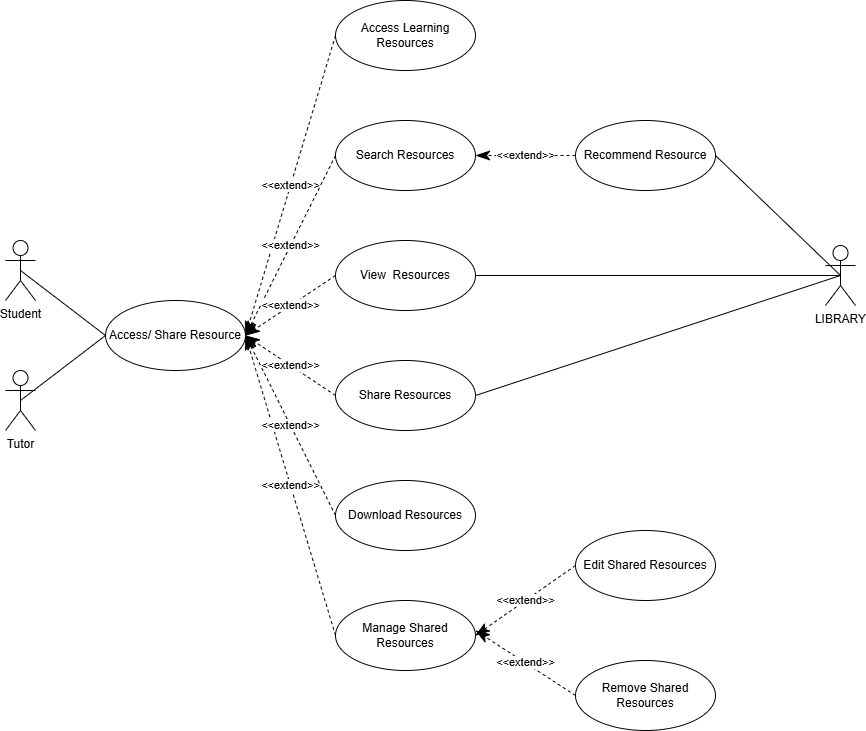
The draw.io diagram docs/usecases/detailed/access&share_resources.drawio.png in lamtranhuynhha/tutor-support-system, before a commit. Source tidied: cells renumbered, new cells last; positions are measured from the earlier drawing's top-left corner, leaving out a move shared by most shapes. The source it was exported from:
```xml
<mxGraphModel>
  <root>
    <mxCell id="0" />
    <mxCell id="1" parent="0" />
    <mxCell id="2" value="Access/ Share Resource" style="ellipse;whiteSpace=wrap;html=1;" parent="1" vertex="1">
      <mxGeometry x="100" y="300" width="140" height="70" as="geometry" />
    </mxCell>
    <mxCell id="3" value="Access Learning Resources" style="ellipse;whiteSpace=wrap;html=1;" parent="1" vertex="1">
      <mxGeometry x="330" width="140" height="70" as="geometry" />
    </mxCell>
    <mxCell id="4" value="Student&lt;div&gt;&lt;br&gt;&lt;/div&gt;" style="shape=umlActor;verticalLabelPosition=bottom;verticalAlign=top;html=1;" parent="1" vertex="1">
      <mxGeometry y="240" width="30" height="60" as="geometry" />
    </mxCell>
    <mxCell id="5" value="Tutor" style="shape=umlActor;verticalLabelPosition=bottom;verticalAlign=top;html=1;" parent="1" vertex="1">
      <mxGeometry y="370" width="30" height="60" as="geometry" />
    </mxCell>
    <mxCell id="6" value="LIBRARY" style="shape=umlActor;verticalLabelPosition=bottom;verticalAlign=top;html=1;" parent="1" vertex="1">
      <mxGeometry x="820" y="245" width="30" height="60" as="geometry" />
    </mxCell>
    <mxCell id="7" value="Search Resources" style="ellipse;whiteSpace=wrap;html=1;" parent="1" vertex="1">
      <mxGeometry x="330" y="120" width="140" height="70" as="geometry" />
    </mxCell>
    <mxCell id="8" value="View&amp;nbsp; Resources" style="ellipse;whiteSpace=wrap;html=1;" parent="1" vertex="1">
      <mxGeometry x="330" y="240" width="140" height="70" as="geometry" />
    </mxCell>
    <mxCell id="9" value="Share Resources" style="ellipse;whiteSpace=wrap;html=1;" parent="1" vertex="1">
      <mxGeometry x="330" y="360" width="140" height="70" as="geometry" />
    </mxCell>
    <mxCell id="10" value="Manage Shared Resources" style="ellipse;whiteSpace=wrap;html=1;" parent="1" vertex="1">
      <mxGeometry x="330" y="600" width="140" height="70" as="geometry" />
    </mxCell>
    <mxCell id="11" value="&amp;lt;&amp;lt;extend&amp;gt;&amp;gt;" style="endArrow=classicThin;endSize=12;dashed=1;html=1;rounded=0;entryX=1;entryY=0.5;entryDx=0;entryDy=0;exitX=0;exitY=0.5;exitDx=0;exitDy=0;endFill=1;" parent="1" edge="1" source="3" target="2">
      <mxGeometry relative="1" as="geometry" />
    </mxCell>
    <mxCell id="12" value="&amp;lt;&amp;lt;extend&amp;gt;&amp;gt;" style="endArrow=classicThin;endSize=12;dashed=1;html=1;rounded=0;exitX=0;exitY=0.5;exitDx=0;exitDy=0;entryX=1;entryY=0.5;entryDx=0;entryDy=0;endFill=1;" parent="1" edge="1" source="7" target="2">
      <mxGeometry relative="1" as="geometry" />
    </mxCell>
    <mxCell id="13" value="&amp;lt;&amp;lt;extend&amp;gt;&amp;gt;" style="endArrow=classicThin;endSize=12;dashed=1;html=1;rounded=0;exitX=0;exitY=0.5;exitDx=0;exitDy=0;entryX=1;entryY=0.5;entryDx=0;entryDy=0;endFill=1;" parent="1" edge="1" source="8" target="2">
      <mxGeometry relative="1" as="geometry" />
    </mxCell>
    <mxCell id="14" value="&amp;lt;&amp;lt;extend&amp;gt;&amp;gt;" style="endArrow=classicThin;endSize=12;dashed=1;html=1;rounded=0;entryX=1;entryY=0.5;entryDx=0;entryDy=0;exitX=0;exitY=0.5;exitDx=0;exitDy=0;endFill=1;" parent="1" edge="1" source="9" target="2">
      <mxGeometry relative="1" as="geometry" />
    </mxCell>
    <mxCell id="15" value="&amp;lt;&amp;lt;extend&amp;gt;&amp;gt;" style="endArrow=classicThin;endSize=12;dashed=1;html=1;rounded=0;exitX=0;exitY=0.5;exitDx=0;exitDy=0;endFill=1;entryX=1;entryY=0.5;entryDx=0;entryDy=0;" parent="1" edge="1" source="10" target="2">
      <mxGeometry relative="1" as="geometry" />
    </mxCell>
    <mxCell id="16" style="endArrow=none;html=1;rounded=0;exitX=0.5;exitY=0.5;exitDx=0;exitDy=0;exitPerimeter=0;entryX=0;entryY=0.5;entryDx=0;entryDy=0;" parent="1" edge="1" source="4" target="2">
      <mxGeometry relative="1" as="geometry" />
    </mxCell>
    <mxCell id="17" style="endArrow=none;html=1;rounded=0;exitX=0.5;exitY=0.5;exitDx=0;exitDy=0;exitPerimeter=0;entryX=0;entryY=0.5;entryDx=0;entryDy=0;" parent="1" edge="1" source="5" target="2">
      <mxGeometry relative="1" as="geometry" />
    </mxCell>
    <mxCell id="18" style="endArrow=none;html=1;rounded=0;exitX=1;exitY=0.5;exitDx=0;exitDy=0;entryX=0.5;entryY=0.5;entryDx=0;entryDy=0;entryPerimeter=0;" parent="1" edge="1" source="8" target="6">
      <mxGeometry relative="1" as="geometry" />
    </mxCell>
    <mxCell id="19" style="endArrow=none;html=1;rounded=0;exitX=1;exitY=0.5;exitDx=0;exitDy=0;entryX=0.5;entryY=0.5;entryDx=0;entryDy=0;entryPerimeter=0;" parent="1" edge="1" source="9" target="6">
      <mxGeometry relative="1" as="geometry" />
    </mxCell>
    <mxCell id="20" style="endArrow=none;html=1;rounded=0;exitX=1;exitY=0.5;exitDx=0;exitDy=0;entryX=0.5;entryY=0.5;entryDx=0;entryDy=0;entryPerimeter=0;" parent="1" edge="1" source="27" target="6">
      <mxGeometry relative="1" as="geometry" />
    </mxCell>
    <mxCell id="21" value="&amp;lt;&amp;lt;extend&amp;gt;&amp;gt;" style="endArrow=classicThin;endSize=12;dashed=1;html=1;rounded=0;exitX=0;exitY=0.5;exitDx=0;exitDy=0;endFill=1;" parent="1" edge="1" source="24">
      <mxGeometry relative="1" as="geometry">
        <mxPoint x="470" y="630" as="targetPoint" />
      </mxGeometry>
    </mxCell>
    <mxCell id="22" value="&amp;lt;&amp;lt;extend&amp;gt;&amp;gt;" style="endArrow=classicThin;endSize=12;dashed=1;html=1;rounded=0;exitX=0;exitY=0.5;exitDx=0;exitDy=0;endFill=1;entryX=1;entryY=0.5;entryDx=0;entryDy=0;" parent="1" edge="1" source="23" target="10">
      <mxGeometry relative="1" as="geometry" />
    </mxCell>
    <mxCell id="23" value="Edit Shared Resources" style="ellipse;whiteSpace=wrap;html=1;" parent="1" vertex="1">
      <mxGeometry x="570" y="530" width="140" height="70" as="geometry" />
    </mxCell>
    <mxCell id="24" value="Remove Shared Resources" style="ellipse;whiteSpace=wrap;html=1;" parent="1" vertex="1">
      <mxGeometry x="570" y="660" width="140" height="70" as="geometry" />
    </mxCell>
    <mxCell id="25" value="Download Resources" style="ellipse;whiteSpace=wrap;html=1;" parent="1" vertex="1">
      <mxGeometry x="330" y="480" width="140" height="70" as="geometry" />
    </mxCell>
    <mxCell id="26" value="&amp;lt;&amp;lt;extend&amp;gt;&amp;gt;" style="endArrow=classicThin;endSize=12;dashed=1;html=1;rounded=0;entryX=1;entryY=0.5;entryDx=0;entryDy=0;exitX=0;exitY=0.5;exitDx=0;exitDy=0;endFill=1;" parent="1" edge="1" source="25" target="2">
      <mxGeometry relative="1" as="geometry" />
    </mxCell>
    <mxCell id="27" value="Recommend Resource" style="ellipse;whiteSpace=wrap;html=1;" parent="1" vertex="1">
      <mxGeometry x="570" y="120" width="140" height="70" as="geometry" />
    </mxCell>
    <mxCell id="28" value="&amp;lt;&amp;lt;extend&amp;gt;&amp;gt;" style="endArrow=classicThin;endSize=12;dashed=1;html=1;rounded=0;exitX=0;exitY=0.5;exitDx=0;exitDy=0;entryX=1;entryY=0.5;entryDx=0;entryDy=0;endFill=1;" parent="1" edge="1" source="27" target="7">
      <mxGeometry relative="1" as="geometry" />
    </mxCell>
  </root>
</mxGraphModel>
```
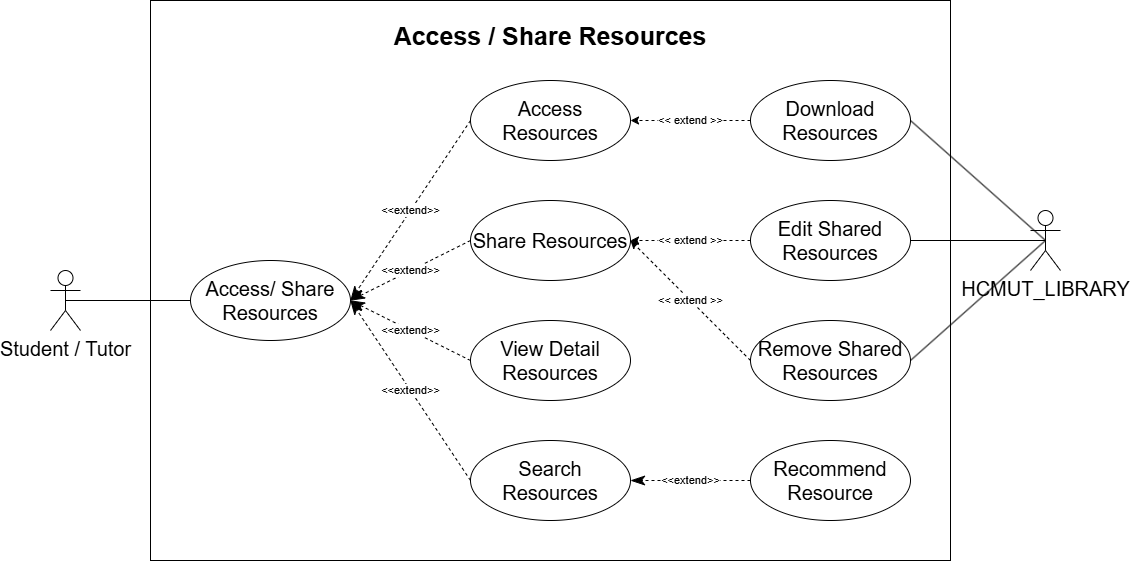
Later version of the same file.

The edit, as a diff of the source:
```diff
@@ -1,34 +1,31 @@
-<mxGraphModel>
+<mxGraphModel background="#ffffff">
   <root>
     <mxCell id="0" />
     <mxCell id="1" parent="0" />
+    <mxCell id="29" style="rounded=0;whiteSpace=wrap;html=1;" parent="1" vertex="1">
+      <mxGeometry x="60" y="-90" width="800" height="560" as="geometry" />
+    </mxCell>
-    <mxCell id="2" value="Access/ Share Resource" style="ellipse;whiteSpace=wrap;html=1;" parent="1" vertex="1">
-      <mxGeometry x="100" y="300" width="140" height="70" as="geometry" />
+    <mxCell id="2" value="Access/ Share Resources" style="ellipse;whiteSpace=wrap;html=1;fontSize=20;" parent="1" vertex="1">
+      <mxGeometry x="100" y="170" width="160" height="80" as="geometry" />
     </mxCell>
-    <mxCell id="3" value="Access Learning Resources" style="ellipse;whiteSpace=wrap;html=1;" parent="1" vertex="1">
-      <mxGeometry x="330" width="140" height="70" as="geometry" />
+    <mxCell id="3" value="Access Resources" style="ellipse;whiteSpace=wrap;html=1;fontSize=20;" parent="1" vertex="1">
+      <mxGeometry x="380" y="-10" width="160" height="80" as="geometry" />
     </mxCell>
-    <mxCell id="4" value="Student&lt;div&gt;&lt;br&gt;&lt;/div&gt;" style="shape=umlActor;verticalLabelPosition=bottom;verticalAlign=top;html=1;" parent="1" vertex="1">
-      <mxGeometry y="240" width="30" height="60" as="geometry" />
-    </mxCell>
-    <mxCell id="5" value="Tutor" style="shape=umlActor;verticalLabelPosition=bottom;verticalAlign=top;html=1;" parent="1" vertex="1">
-      <mxGeometry y="370" width="30" height="60" as="geometry" />
+    <mxCell id="5" value="Student / Tutor" style="shape=umlActor;verticalLabelPosition=bottom;verticalAlign=top;html=1;fontSize=20;" parent="1" vertex="1">
+      <mxGeometry x="-40" y="180" width="30" height="60" as="geometry" />
     </mxCell>
-    <mxCell id="6" value="LIBRARY" style="shape=umlActor;verticalLabelPosition=bottom;verticalAlign=top;html=1;" parent="1" vertex="1">
-      <mxGeometry x="820" y="245" width="30" height="60" as="geometry" />
+    <mxCell id="6" value="HCMUT_LIBRARY" style="shape=umlActor;verticalLabelPosition=bottom;verticalAlign=top;html=1;fontSize=20;" parent="1" vertex="1">
+      <mxGeometry x="940" y="120" width="30" height="60" as="geometry" />
     </mxCell>
-    <mxCell id="7" value="Search Resources" style="ellipse;whiteSpace=wrap;html=1;" parent="1" vertex="1">
-      <mxGeometry x="330" y="120" width="140" height="70" as="geometry" />
+    <mxCell id="7" value="Search Resources" style="ellipse;whiteSpace=wrap;html=1;fontSize=20;" parent="1" vertex="1">
+      <mxGeometry x="380" y="350" width="160" height="80" as="geometry" />
     </mxCell>
-    <mxCell id="8" value="View&amp;nbsp; Resources" style="ellipse;whiteSpace=wrap;html=1;" parent="1" vertex="1">
-      <mxGeometry x="330" y="240" width="140" height="70" as="geometry" />
+    <mxCell id="8" value="View Detail Resources" style="ellipse;whiteSpace=wrap;html=1;fontSize=20;" parent="1" vertex="1">
+      <mxGeometry x="380" y="230" width="160" height="80" as="geometry" />
     </mxCell>
-    <mxCell id="9" value="Share Resources" style="ellipse;whiteSpace=wrap;html=1;" parent="1" vertex="1">
-      <mxGeometry x="330" y="360" width="140" height="70" as="geometry" />
+    <mxCell id="9" value="Share Resources" style="ellipse;whiteSpace=wrap;html=1;fontSize=20;" parent="1" vertex="1">
+      <mxGeometry x="380" y="110" width="160" height="80" as="geometry" />
     </mxCell>
-    <mxCell id="10" value="Manage Shared Resources" style="ellipse;whiteSpace=wrap;html=1;" parent="1" vertex="1">
-      <mxGeometry x="330" y="600" width="140" height="70" as="geometry" />
-    </mxCell>
     <mxCell id="11" value="&amp;lt;&amp;lt;extend&amp;gt;&amp;gt;" style="endArrow=classicThin;endSize=12;dashed=1;html=1;rounded=0;entryX=1;entryY=0.5;entryDx=0;entryDy=0;exitX=0;exitY=0.5;exitDx=0;exitDy=0;endFill=1;" parent="1" edge="1" source="3" target="2">
       <mxGeometry relative="1" as="geometry" />
     </mxCell>
@@ -41,49 +38,44 @@
     <mxCell id="14" value="&amp;lt;&amp;lt;extend&amp;gt;&amp;gt;" style="endArrow=classicThin;endSize=12;dashed=1;html=1;rounded=0;entryX=1;entryY=0.5;entryDx=0;entryDy=0;exitX=0;exitY=0.5;exitDx=0;exitDy=0;endFill=1;" parent="1" edge="1" source="9" target="2">
       <mxGeometry relative="1" as="geometry" />
     </mxCell>
-    <mxCell id="15" value="&amp;lt;&amp;lt;extend&amp;gt;&amp;gt;" style="endArrow=classicThin;endSize=12;dashed=1;html=1;rounded=0;exitX=0;exitY=0.5;exitDx=0;exitDy=0;endFill=1;entryX=1;entryY=0.5;entryDx=0;entryDy=0;" parent="1" edge="1" source="10" target="2">
-      <mxGeometry relative="1" as="geometry" />
-    </mxCell>
-    <mxCell id="16" style="endArrow=none;html=1;rounded=0;exitX=0.5;exitY=0.5;exitDx=0;exitDy=0;exitPerimeter=0;entryX=0;entryY=0.5;entryDx=0;entryDy=0;" parent="1" edge="1" source="4" target="2">
-      <mxGeometry relative="1" as="geometry" />
-    </mxCell>
-    <mxCell id="17" style="endArrow=none;html=1;rounded=0;exitX=0.5;exitY=0.5;exitDx=0;exitDy=0;exitPerimeter=0;entryX=0;entryY=0.5;entryDx=0;entryDy=0;" parent="1" edge="1" source="5" target="2">
+    <mxCell id="17" style="endArrow=none;html=1;rounded=0;exitX=0.5;exitY=0.5;exitDx=0;exitDy=0;exitPerimeter=0;entryX=0;entryY=0.5;entryDx=0;entryDy=0;fontSize=20;" parent="1" edge="1" source="5" target="2">
       <mxGeometry relative="1" as="geometry" />
     </mxCell>
-    <mxCell id="18" style="endArrow=none;html=1;rounded=0;exitX=1;exitY=0.5;exitDx=0;exitDy=0;entryX=0.5;entryY=0.5;entryDx=0;entryDy=0;entryPerimeter=0;" parent="1" edge="1" source="8" target="6">
-      <mxGeometry relative="1" as="geometry" />
-    </mxCell>
-    <mxCell id="19" style="endArrow=none;html=1;rounded=0;exitX=1;exitY=0.5;exitDx=0;exitDy=0;entryX=0.5;entryY=0.5;entryDx=0;entryDy=0;entryPerimeter=0;" parent="1" edge="1" source="9" target="6">
-      <mxGeometry relative="1" as="geometry" />
-    </mxCell>
-    <mxCell id="20" style="endArrow=none;html=1;rounded=0;exitX=1;exitY=0.5;exitDx=0;exitDy=0;entryX=0.5;entryY=0.5;entryDx=0;entryDy=0;entryPerimeter=0;" parent="1" edge="1" source="27" target="6">
+    <mxCell id="20" style="endArrow=none;html=1;rounded=0;exitX=1;exitY=0.5;exitDx=0;exitDy=0;entryX=0.5;entryY=0.5;entryDx=0;entryDy=0;entryPerimeter=0;fontSize=20;" parent="1" edge="1" source="24" target="6">
       <mxGeometry relative="1" as="geometry" />
     </mxCell>
-    <mxCell id="21" value="&amp;lt;&amp;lt;extend&amp;gt;&amp;gt;" style="endArrow=classicThin;endSize=12;dashed=1;html=1;rounded=0;exitX=0;exitY=0.5;exitDx=0;exitDy=0;endFill=1;" parent="1" edge="1" source="24">
-      <mxGeometry relative="1" as="geometry">
-        <mxPoint x="470" y="630" as="targetPoint" />
-      </mxGeometry>
-    </mxCell>
-    <mxCell id="22" value="&amp;lt;&amp;lt;extend&amp;gt;&amp;gt;" style="endArrow=classicThin;endSize=12;dashed=1;html=1;rounded=0;exitX=0;exitY=0.5;exitDx=0;exitDy=0;endFill=1;entryX=1;entryY=0.5;entryDx=0;entryDy=0;" parent="1" edge="1" source="23" target="10">
-      <mxGeometry relative="1" as="geometry" />
-    </mxCell>
-    <mxCell id="23" value="Edit Shared Resources" style="ellipse;whiteSpace=wrap;html=1;" parent="1" vertex="1">
-      <mxGeometry x="570" y="530" width="140" height="70" as="geometry" />
-    </mxCell>
-    <mxCell id="24" value="Remove Shared Resources" style="ellipse;whiteSpace=wrap;html=1;" parent="1" vertex="1">
-      <mxGeometry x="570" y="660" width="140" height="70" as="geometry" />
-    </mxCell>
-    <mxCell id="25" value="Download Resources" style="ellipse;whiteSpace=wrap;html=1;" parent="1" vertex="1">
-      <mxGeometry x="330" y="480" width="140" height="70" as="geometry" />
-    </mxCell>
-    <mxCell id="26" value="&amp;lt;&amp;lt;extend&amp;gt;&amp;gt;" style="endArrow=classicThin;endSize=12;dashed=1;html=1;rounded=0;entryX=1;entryY=0.5;entryDx=0;entryDy=0;exitX=0;exitY=0.5;exitDx=0;exitDy=0;endFill=1;" parent="1" edge="1" source="25" target="2">
-      <mxGeometry relative="1" as="geometry" />
-    </mxCell>
-    <mxCell id="27" value="Recommend Resource" style="ellipse;whiteSpace=wrap;html=1;" parent="1" vertex="1">
-      <mxGeometry x="570" y="120" width="140" height="70" as="geometry" />
+    <mxCell id="27" value="Recommend Resource" style="ellipse;whiteSpace=wrap;html=1;fontSize=20;" parent="1" vertex="1">
+      <mxGeometry x="660" y="350" width="160" height="80" as="geometry" />
     </mxCell>
     <mxCell id="28" value="&amp;lt;&amp;lt;extend&amp;gt;&amp;gt;" style="endArrow=classicThin;endSize=12;dashed=1;html=1;rounded=0;exitX=0;exitY=0.5;exitDx=0;exitDy=0;entryX=1;entryY=0.5;entryDx=0;entryDy=0;endFill=1;" parent="1" edge="1" source="27" target="7">
       <mxGeometry relative="1" as="geometry" />
     </mxCell>
+    <mxCell id="30" value="&amp;lt;&amp;lt; extend &amp;gt;&amp;gt;" style="edgeStyle=none;html=1;dashed=1;" parent="1" edge="1" source="25" target="3">
+      <mxGeometry relative="1" as="geometry" />
+    </mxCell>
+    <mxCell id="25" value="Download Resources" style="ellipse;whiteSpace=wrap;html=1;fontSize=20;" parent="1" vertex="1">
+      <mxGeometry x="660" y="-10" width="160" height="80" as="geometry" />
+    </mxCell>
+    <mxCell id="31" value="&amp;lt;&amp;lt; extend &amp;gt;&amp;gt;" style="edgeStyle=none;html=1;entryX=1;entryY=0.5;entryDx=0;entryDy=0;dashed=1;" parent="1" edge="1" source="23" target="9">
+      <mxGeometry relative="1" as="geometry" />
+    </mxCell>
+    <mxCell id="23" value="Edit Shared Resources" style="ellipse;whiteSpace=wrap;html=1;fontSize=20;" parent="1" vertex="1">
+      <mxGeometry x="660" y="110" width="160" height="80" as="geometry" />
+    </mxCell>
+    <mxCell id="32" value="&amp;lt;&amp;lt; extend &amp;gt;&amp;gt;" style="edgeStyle=none;html=1;entryX=1;entryY=0.5;entryDx=0;entryDy=0;exitX=0;exitY=0.5;exitDx=0;exitDy=0;dashed=1;" parent="1" edge="1" source="24" target="9">
+      <mxGeometry relative="1" as="geometry" />
+    </mxCell>
+    <mxCell id="24" value="Remove Shared Resources" style="ellipse;whiteSpace=wrap;html=1;fontSize=20;" parent="1" vertex="1">
+      <mxGeometry x="660" y="230" width="160" height="80" as="geometry" />
+    </mxCell>
+    <mxCell id="33" style="endArrow=none;html=1;rounded=0;exitX=1;exitY=0.5;exitDx=0;exitDy=0;entryX=0.5;entryY=0.5;entryDx=0;entryDy=0;entryPerimeter=0;fontSize=20;" parent="1" edge="1" source="23" target="6">
+      <mxGeometry relative="1" as="geometry" />
+    </mxCell>
+    <mxCell id="34" style="endArrow=none;html=1;rounded=0;exitX=1;exitY=0.5;exitDx=0;exitDy=0;entryX=0.5;entryY=0.5;entryDx=0;entryDy=0;entryPerimeter=0;fontSize=20;" parent="1" edge="1" source="25" target="6">
+      <mxGeometry relative="1" as="geometry" />
+    </mxCell>
+    <mxCell id="35" value="Access / Share Resources" style="text;html=1;align=center;verticalAlign=middle;whiteSpace=wrap;rounded=0;fontSize=25;fontStyle=1;" parent="1" vertex="1">
+      <mxGeometry x="300" y="-70" width="320" height="30" as="geometry" />
+    </mxCell>
   </root>
 </mxGraphModel>
```
